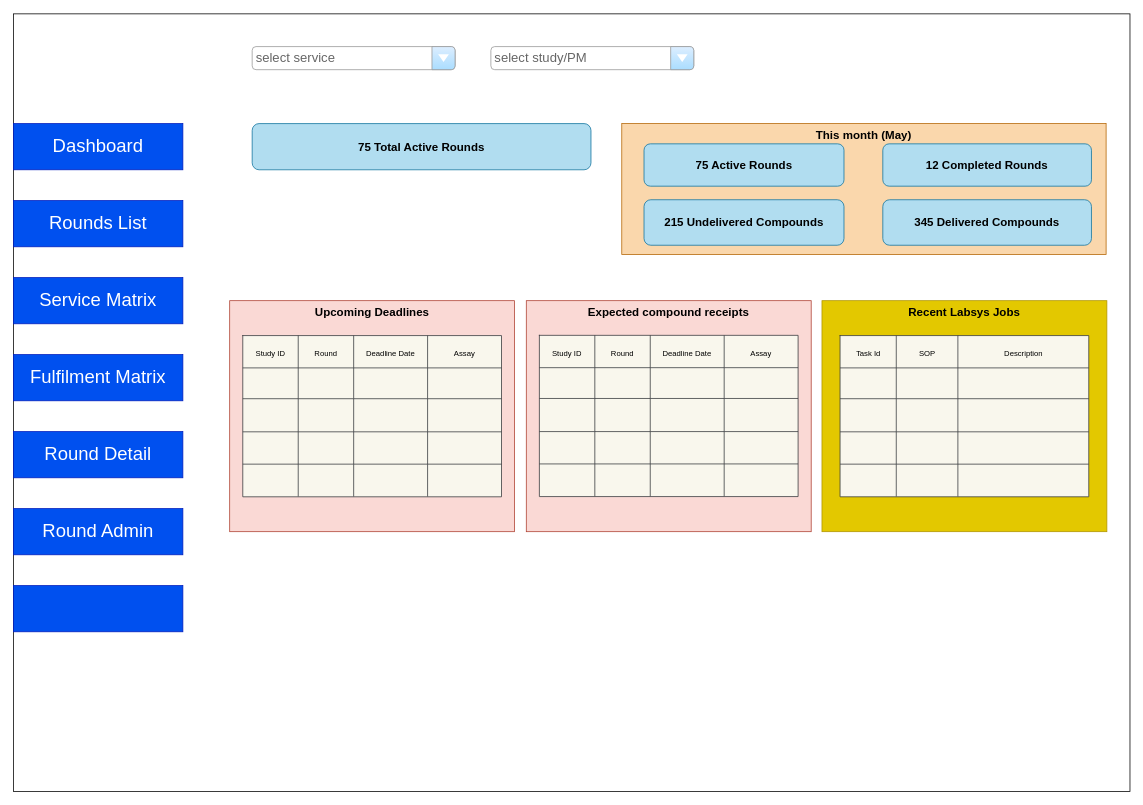
Earlier version of the draw.io diagram wip-dash.drawio (mdegaris/react-learning). Source tidied: cells renumbered, new cells numbered last; positions are measured from the earlier drawing's top-left corner, leaving out a move shared by most shapes. Both pictures are drawn from the tidied source at 77%, with x=0, y=0 at pixel (13, 14).
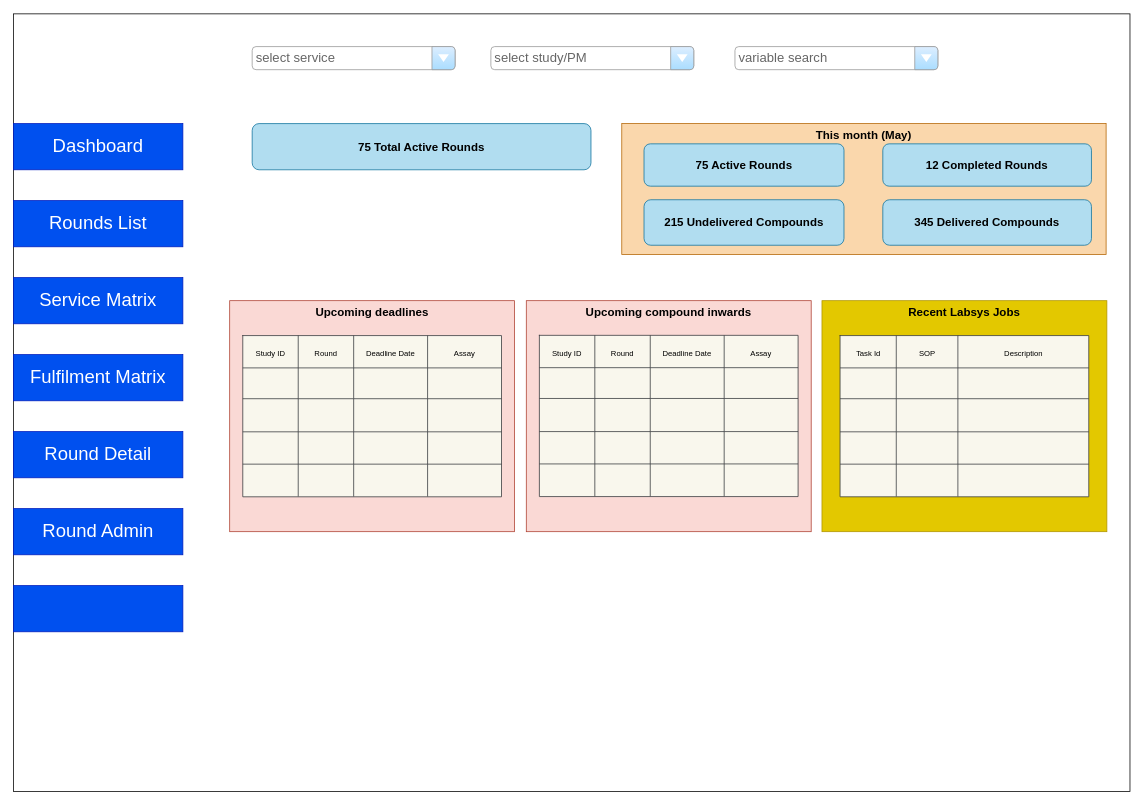
Above is the later version.

What changed in the source:
```diff
@@
-    <mxCell id="5" value="Upcoming Deadlines" style="rounded=0;whiteSpace=wrap;html=1;labelBackgroundColor=none;fontSize=15;fillColor=#fad9d5;strokeColor=#ae4132;verticalAlign=top;fontStyle=1;" parent="1" vertex="1">
+    <mxCell id="5" value="Upcoming deadlines" style="rounded=0;whiteSpace=wrap;html=1;labelBackgroundColor=none;fontSize=15;fillColor=#fad9d5;strokeColor=#ae4132;verticalAlign=top;fontStyle=1;" parent="1" vertex="1">
       <mxGeometry x="280.8" y="372" width="370" height="300" as="geometry" />
     </mxCell>
@@
-    <mxCell id="55" value="Expected compound receipts" style="rounded=0;whiteSpace=wrap;html=1;labelBackgroundColor=none;fontSize=15;fillColor=#fad9d5;strokeColor=#ae4132;verticalAlign=top;fontStyle=1;" parent="1" vertex="1">
+    <mxCell id="55" value="Upcoming compound inwards" style="rounded=0;whiteSpace=wrap;html=1;labelBackgroundColor=none;fontSize=15;fillColor=#fad9d5;strokeColor=#ae4132;verticalAlign=top;fontStyle=1;" parent="1" vertex="1">
       <mxGeometry x="666" y="372" width="370" height="300" as="geometry" />
     </mxCell>
@@
+    <mxCell id="95" value="variable search" style="strokeWidth=1;shadow=0;dashed=0;align=center;html=1;shape=mxgraph.mockup.forms.comboBox;strokeColor=#999999;fillColor=#ddeeff;align=left;fillColor2=#aaddff;mainText=;fontColor=#666666;fontSize=17;spacingLeft=3;rounded=0;glass=0;dashPattern=1 4;labelBackgroundColor=none;labelBorderColor=none;sketch=0;" parent="1" vertex="1">
+      <mxGeometry x="937" y="42" width="263.5" height="30" as="geometry" />
+    </mxCell>
```
